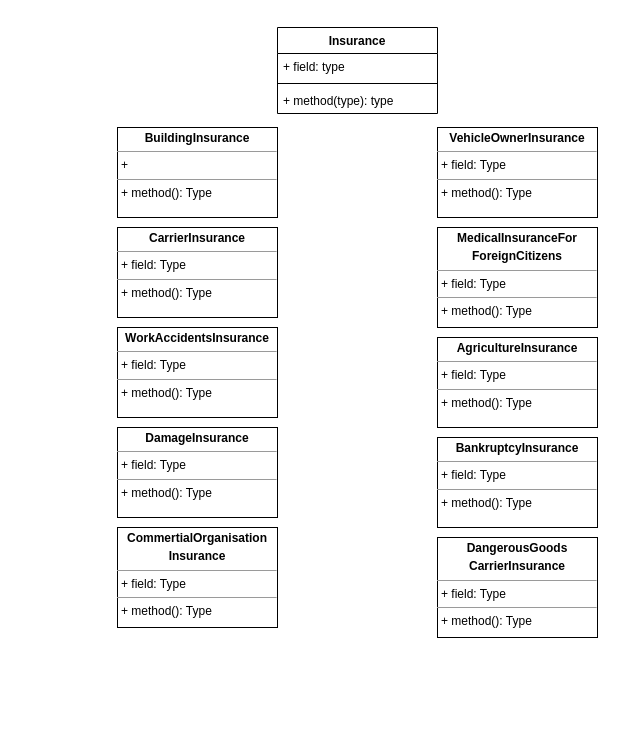
Earlier version of the draw.io diagram task03UML.drawio (Yahimchik/Epam). Source tidied: cells renumbered, new cells numbered last; positions are measured from the earlier drawing's top-left corner, leaving out a move shared by most shapes. Both pictures are drawn from the tidied source at 100%, with x=0, y=0 at pixel (117, 27).
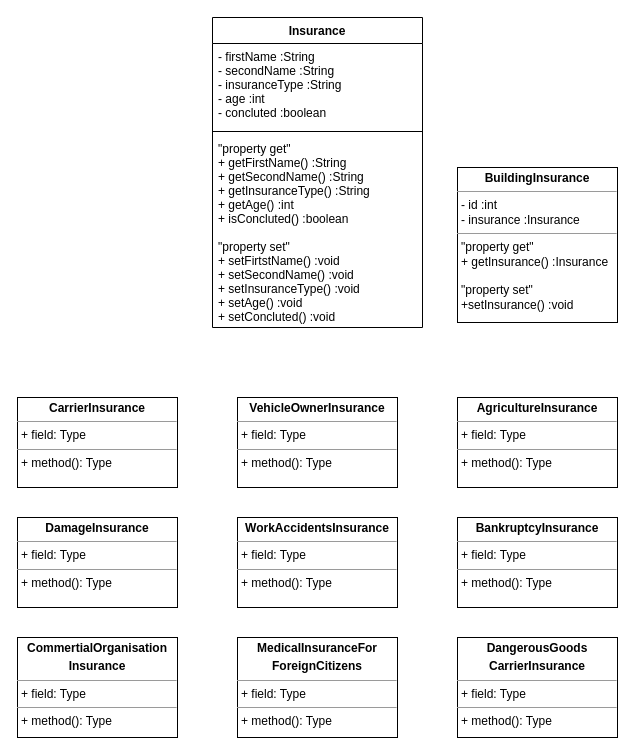
Above is the later version.

Diff of the diagram source:
```diff
@@
 <mxGraphModel>
   <root>
     <mxCell id="0" />
     <mxCell id="1" parent="0" />
     <mxCell id="2" value="Insurance" style="swimlane;fontStyle=1;align=center;verticalAlign=top;horizontal=1;startSize=26;" parent="1" vertex="1">
-      <mxGeometry x="160" width="160" height="86" as="geometry" />
+      <mxGeometry x="95" y="-10" width="210" height="310" as="geometry" />
     </mxCell>
-    <mxCell id="3" value="+ field: type" style="text;strokeColor=none;fillColor=none;align=left;verticalAlign=top;spacingLeft=4;spacingRight=4;overflow=hidden;" parent="2" vertex="1">
-      <mxGeometry y="26" width="160" height="26" as="geometry" />
+    <mxCell id="3" value="- firstName :String&#10;- secondName :String&#10;- insuranceType :String&#10;- age :int&#10;- concluted :boolean&#10;" style="text;strokeColor=none;fillColor=none;align=left;verticalAlign=top;spacingLeft=4;spacingRight=4;overflow=hidden;" parent="2" vertex="1">
+      <mxGeometry y="26" width="210" height="84" as="geometry" />
     </mxCell>
     <mxCell id="4" style="line;strokeWidth=1;fillColor=none;align=left;verticalAlign=middle;spacingTop=-1;spacingLeft=3;spacingRight=3;labelPosition=right;" parent="2" vertex="1">
-      <mxGeometry y="52" width="160" height="8" as="geometry" />
+      <mxGeometry y="110" width="210" height="8" as="geometry" />
     </mxCell>
-    <mxCell id="5" value="+ method(type): type" style="text;strokeColor=none;fillColor=none;align=left;verticalAlign=top;spacingLeft=4;spacingRight=4;overflow=hidden;" parent="2" vertex="1">
-      <mxGeometry y="60" width="160" height="26" as="geometry" />
+    <mxCell id="5" value="&quot;property get&quot;&#10;+ getFirstName() :String&#10;+ getSecondName() :String&#10;+ getInsuranceType() :String&#10;+ getAge() :int&#10;+ isConcluted() :boolean&#10;&#10;&quot;property set&quot;&#10;+ setFirtstName() :void&#10;+ setSecondName() :void&#10;+ setInsuranceType() :void&#10;+ setAge() :void&#10;+ setConcluted() :void&#10;" style="text;strokeColor=none;fillColor=none;align=left;verticalAlign=top;spacingLeft=4;spacingRight=4;overflow=hidden;" parent="2" vertex="1">
+      <mxGeometry y="118" width="210" height="192" as="geometry" />
     </mxCell>
-    <mxCell id="6" value="&lt;p style=&quot;margin: 0px ; margin-top: 4px ; text-align: center&quot;&gt;&lt;b&gt;BuildingInsurance&lt;/b&gt;&lt;/p&gt;&lt;hr size=&quot;1&quot;&gt;&lt;p style=&quot;margin: 0px ; margin-left: 4px&quot;&gt;+&amp;nbsp;&lt;/p&gt;&lt;hr size=&quot;1&quot;&gt;&lt;p style=&quot;margin: 0px ; margin-left: 4px&quot;&gt;+ method(): Type&lt;/p&gt;" style="verticalAlign=top;align=left;overflow=fill;fontSize=12;fontFamily=Helvetica;html=1;" parent="1" vertex="1">
-      <mxGeometry y="100" width="160" height="90" as="geometry" />
+    <mxCell id="6" value="&lt;p style=&quot;margin: 0px ; margin-top: 4px ; text-align: center&quot;&gt;&lt;b&gt;BuildingInsurance&lt;/b&gt;&lt;/p&gt;&lt;hr size=&quot;1&quot;&gt;&lt;p style=&quot;margin: 0px ; margin-left: 4px&quot;&gt;- id :int&lt;/p&gt;&lt;p style=&quot;margin: 0px ; margin-left: 4px&quot;&gt;- insurance :Insurance&lt;/p&gt;&lt;hr size=&quot;1&quot;&gt;&lt;p style=&quot;margin: 0px ; margin-left: 4px&quot;&gt;&quot;property get&quot;&lt;/p&gt;&lt;p style=&quot;margin: 0px ; margin-left: 4px&quot;&gt;+ getInsurance() :Insurance&lt;/p&gt;&lt;p style=&quot;margin: 0px ; margin-left: 4px&quot;&gt;&lt;br&gt;&lt;/p&gt;&lt;p style=&quot;margin: 0px ; margin-left: 4px&quot;&gt;&quot;property set&quot;&lt;/p&gt;&lt;p style=&quot;margin: 0px ; margin-left: 4px&quot;&gt;+setInsurance() :void&lt;/p&gt;" style="verticalAlign=top;align=left;overflow=fill;fontSize=12;fontFamily=Helvetica;html=1;" parent="1" vertex="1">
+      <mxGeometry x="340" y="140" width="160" height="155" as="geometry" />
     </mxCell>
     <mxCell id="7" value="&lt;p style=&quot;margin: 0px ; margin-top: 4px ; text-align: center&quot;&gt;&lt;b&gt;VehicleOwnerInsurance&lt;/b&gt;&lt;/p&gt;&lt;hr size=&quot;1&quot;&gt;&lt;p style=&quot;margin: 0px ; margin-left: 4px&quot;&gt;+ field: Type&lt;/p&gt;&lt;hr size=&quot;1&quot;&gt;&lt;p style=&quot;margin: 0px ; margin-left: 4px&quot;&gt;+ method(): Type&lt;/p&gt;" style="verticalAlign=top;align=left;overflow=fill;fontSize=12;fontFamily=Helvetica;html=1;" parent="1" vertex="1">
-      <mxGeometry x="320" y="100" width="160" height="90" as="geometry" />
+      <mxGeometry x="120" y="370" width="160" height="90" as="geometry" />
     </mxCell>
     <mxCell id="8" value="&lt;p style=&quot;margin: 0px ; margin-top: 4px ; text-align: center&quot;&gt;&lt;b&gt;CarrierInsurance&lt;/b&gt;&lt;/p&gt;&lt;hr size=&quot;1&quot;&gt;&lt;p style=&quot;margin: 0px ; margin-left: 4px&quot;&gt;+ field: Type&lt;/p&gt;&lt;hr size=&quot;1&quot;&gt;&lt;p style=&quot;margin: 0px ; margin-left: 4px&quot;&gt;+ method(): Type&lt;/p&gt;" style="verticalAlign=top;align=left;overflow=fill;fontSize=12;fontFamily=Helvetica;html=1;" parent="1" vertex="1">
-      <mxGeometry y="200" width="160" height="90" as="geometry" />
+      <mxGeometry x="-100" y="370" width="160" height="90" as="geometry" />
     </mxCell>
     <mxCell id="9" value="&lt;p style=&quot;margin: 0px ; margin-top: 4px ; text-align: center&quot;&gt;&lt;b&gt;MedicalInsuranceFor&lt;/b&gt;&lt;/p&gt;&lt;p style=&quot;margin: 0px ; margin-top: 4px ; text-align: center&quot;&gt;&lt;b&gt;ForeignCitizens&lt;/b&gt;&lt;/p&gt;&lt;hr size=&quot;1&quot;&gt;&lt;p style=&quot;margin: 0px ; margin-left: 4px&quot;&gt;+ field: Type&lt;/p&gt;&lt;hr size=&quot;1&quot;&gt;&lt;p style=&quot;margin: 0px ; margin-left: 4px&quot;&gt;+ method(): Type&lt;/p&gt;" style="verticalAlign=top;align=left;overflow=fill;fontSize=12;fontFamily=Helvetica;html=1;" parent="1" vertex="1">
-      <mxGeometry x="320" y="200" width="160" height="100" as="geometry" />
+      <mxGeometry x="120" y="610" width="160" height="100" as="geometry" />
     </mxCell>
     <mxCell id="10" value="&lt;p style=&quot;margin: 0px ; margin-top: 4px ; text-align: center&quot;&gt;&lt;b&gt;CommertialOrganisation&lt;/b&gt;&lt;/p&gt;&lt;p style=&quot;margin: 0px ; margin-top: 4px ; text-align: center&quot;&gt;&lt;b&gt;Insurance&lt;/b&gt;&lt;/p&gt;&lt;hr size=&quot;1&quot;&gt;&lt;p style=&quot;margin: 0px ; margin-left: 4px&quot;&gt;+ field: Type&lt;/p&gt;&lt;hr size=&quot;1&quot;&gt;&lt;p style=&quot;margin: 0px ; margin-left: 4px&quot;&gt;+ method(): Type&lt;/p&gt;" style="verticalAlign=top;align=left;overflow=fill;fontSize=12;fontFamily=Helvetica;html=1;" parent="1" vertex="1">
-      <mxGeometry y="500" width="160" height="100" as="geometry" />
+      <mxGeometry x="-100" y="610" width="160" height="100" as="geometry" />
     </mxCell>
     <mxCell id="11" value="&lt;p style=&quot;margin: 0px ; margin-top: 4px ; text-align: center&quot;&gt;&lt;b&gt;AgricultureInsurance&lt;/b&gt;&lt;/p&gt;&lt;hr size=&quot;1&quot;&gt;&lt;p style=&quot;margin: 0px ; margin-left: 4px&quot;&gt;+ field: Type&lt;/p&gt;&lt;hr size=&quot;1&quot;&gt;&lt;p style=&quot;margin: 0px ; margin-left: 4px&quot;&gt;+ method(): Type&lt;/p&gt;" style="verticalAlign=top;align=left;overflow=fill;fontSize=12;fontFamily=Helvetica;html=1;" parent="1" vertex="1">
-      <mxGeometry x="320" y="310" width="160" height="90" as="geometry" />
+      <mxGeometry x="340" y="370" width="160" height="90" as="geometry" />
     </mxCell>
     <mxCell id="12" value="&lt;p style=&quot;margin: 0px ; margin-top: 4px ; text-align: center&quot;&gt;&lt;b&gt;DamageInsurance&lt;/b&gt;&lt;/p&gt;&lt;hr size=&quot;1&quot;&gt;&lt;p style=&quot;margin: 0px ; margin-left: 4px&quot;&gt;+ field: Type&lt;/p&gt;&lt;hr size=&quot;1&quot;&gt;&lt;p style=&quot;margin: 0px ; margin-left: 4px&quot;&gt;+ method(): Type&lt;/p&gt;" style="verticalAlign=top;align=left;overflow=fill;fontSize=12;fontFamily=Helvetica;html=1;" parent="1" vertex="1">
-      <mxGeometry y="400" width="160" height="90" as="geometry" />
+      <mxGeometry x="-100" y="490" width="160" height="90" as="geometry" />
     </mxCell>
     <mxCell id="13" value="&lt;p style=&quot;margin: 0px ; margin-top: 4px ; text-align: center&quot;&gt;&lt;b&gt;BankruptcyInsurance&lt;/b&gt;&lt;/p&gt;&lt;hr size=&quot;1&quot;&gt;&lt;p style=&quot;margin: 0px ; margin-left: 4px&quot;&gt;+ field: Type&lt;/p&gt;&lt;hr size=&quot;1&quot;&gt;&lt;p style=&quot;margin: 0px ; margin-left: 4px&quot;&gt;+ method(): Type&lt;/p&gt;" style="verticalAlign=top;align=left;overflow=fill;fontSize=12;fontFamily=Helvetica;html=1;" parent="1" vertex="1">
-      <mxGeometry x="320" y="410" width="160" height="90" as="geometry" />
+      <mxGeometry x="340" y="490" width="160" height="90" as="geometry" />
     </mxCell>
     <mxCell id="14" value="&lt;p style=&quot;margin: 0px ; margin-top: 4px ; text-align: center&quot;&gt;&lt;b&gt;WorkAccidentsInsurance&lt;/b&gt;&lt;/p&gt;&lt;hr size=&quot;1&quot;&gt;&lt;p style=&quot;margin: 0px ; margin-left: 4px&quot;&gt;+ field: Type&lt;/p&gt;&lt;hr size=&quot;1&quot;&gt;&lt;p style=&quot;margin: 0px ; margin-left: 4px&quot;&gt;+ method(): Type&lt;/p&gt;" style="verticalAlign=top;align=left;overflow=fill;fontSize=12;fontFamily=Helvetica;html=1;" parent="1" vertex="1">
-      <mxGeometry y="300" width="160" height="90" as="geometry" />
+      <mxGeometry x="120" y="490" width="160" height="90" as="geometry" />
     </mxCell>
     <mxCell id="15" value="&lt;p style=&quot;margin: 0px ; margin-top: 4px ; text-align: center&quot;&gt;&lt;b&gt;DangerousGoods&lt;/b&gt;&lt;/p&gt;&lt;p style=&quot;margin: 0px ; margin-top: 4px ; text-align: center&quot;&gt;&lt;b&gt;CarrierInsurance&lt;/b&gt;&lt;/p&gt;&lt;hr size=&quot;1&quot;&gt;&lt;p style=&quot;margin: 0px ; margin-left: 4px&quot;&gt;+ field: Type&lt;/p&gt;&lt;hr size=&quot;1&quot;&gt;&lt;p style=&quot;margin: 0px ; margin-left: 4px&quot;&gt;+ method(): Type&lt;/p&gt;" style="verticalAlign=top;align=left;overflow=fill;fontSize=12;fontFamily=Helvetica;html=1;" parent="1" vertex="1">
-      <mxGeometry x="320" y="510" width="160" height="100" as="geometry" />
+      <mxGeometry x="340" y="610" width="160" height="100" as="geometry" />
     </mxCell>
   </root>
 </mxGraphModel>
```
